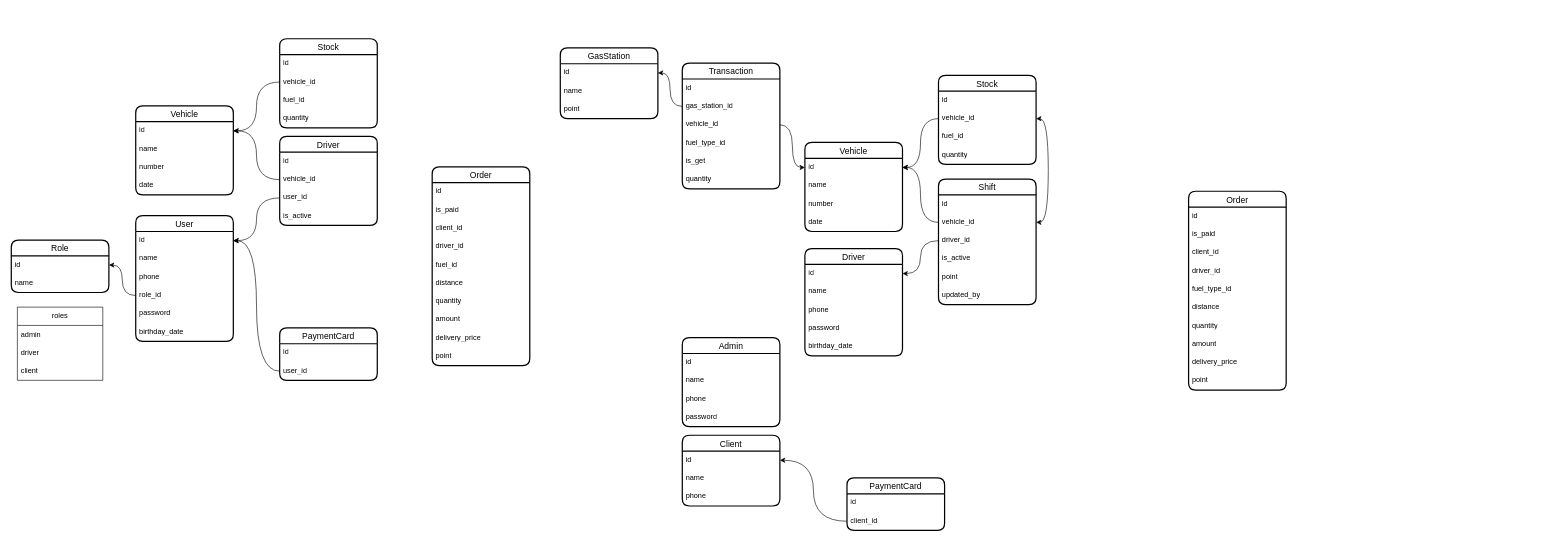
The draw.io diagram uzneftgaz.drawio in iztileuoff/databases, before the edit. Source tidied: cells renumbered, new cells numbered last; positions are measured from the earlier drawing's top-left corner, leaving out a move shared by most shapes. Both pictures are drawn from the tidied source at 61%, with x=0, y=0 at pixel (11, 38).
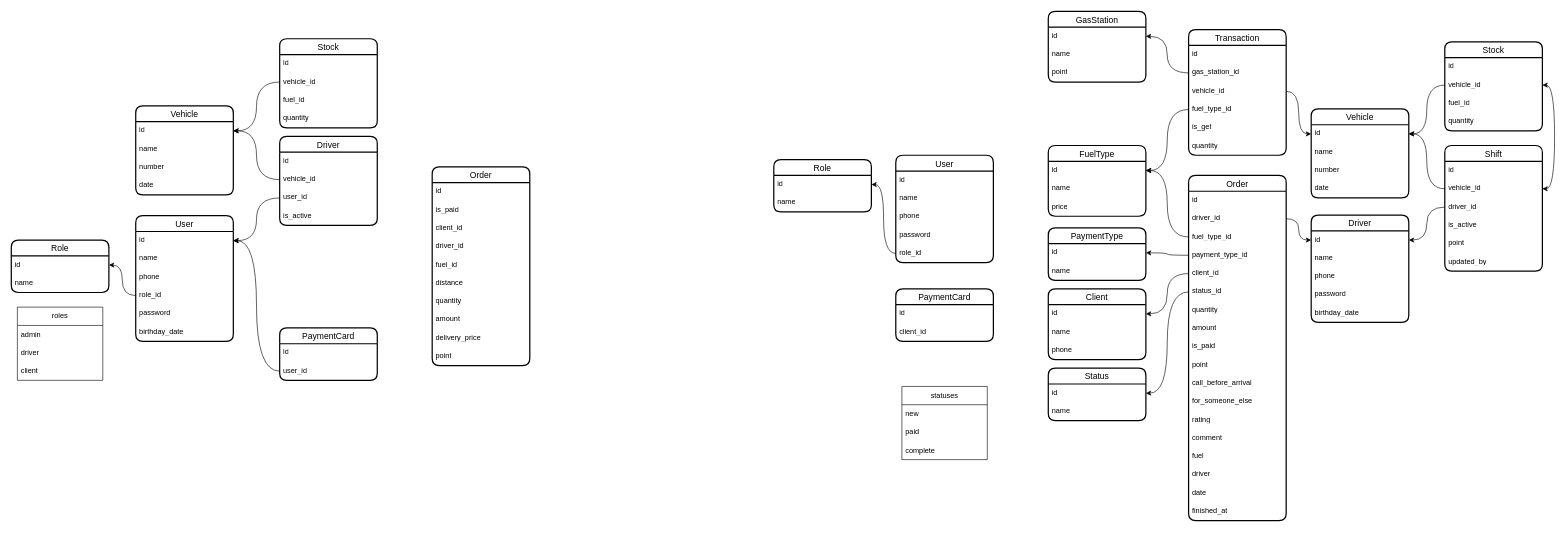
The same diagram, later.

The change refers to these unchanged cells:
```xml
<mxCell id="68" value="vehicle_id" style="text;strokeColor=none;fillColor=none;spacingLeft=4;spacingRight=4;overflow=hidden;points=[[0,0.5],[1,0.5]];portConstraint=eastwest;fontSize=12;whiteSpace=wrap;html=1;" parent="66" vertex="1">
  <mxGeometry y="56" width="160" height="30" as="geometry" />
</mxCell>
<mxCell id="79" value="client_id" style="text;strokeColor=none;fillColor=none;spacingLeft=4;spacingRight=4;overflow=hidden;points=[[0,0.5],[1,0.5]];portConstraint=eastwest;fontSize=12;whiteSpace=wrap;html=1;" parent="77" vertex="1">
  <mxGeometry y="56" width="160" height="30" as="geometry" />
</mxCell>
<mxCell id="81" value="id" style="text;strokeColor=none;fillColor=none;spacingLeft=4;spacingRight=4;overflow=hidden;points=[[0,0.5],[1,0.5]];portConstraint=eastwest;fontSize=12;whiteSpace=wrap;html=1;" parent="80" vertex="1">
  <mxGeometry y="26" width="160" height="30" as="geometry" />
</mxCell>
<mxCell id="87" value="id" style="text;strokeColor=none;fillColor=none;spacingLeft=4;spacingRight=4;overflow=hidden;points=[[0,0.5],[1,0.5]];portConstraint=eastwest;fontSize=12;whiteSpace=wrap;html=1;" parent="86" vertex="1">
  <mxGeometry y="26" width="160" height="30" as="geometry" />
</mxCell>
<mxCell id="92" value="vehicle_id" style="text;strokeColor=none;fillColor=none;spacingLeft=4;spacingRight=4;overflow=hidden;points=[[0,0.5],[1,0.5]];portConstraint=eastwest;fontSize=12;whiteSpace=wrap;html=1;" parent="90" vertex="1">
  <mxGeometry y="56" width="160" height="30" as="geometry" />
</mxCell>
<mxCell id="107" value="fuel_type_id" style="text;strokeColor=none;fillColor=none;spacingLeft=4;spacingRight=4;overflow=hidden;points=[[0,0.5],[1,0.5]];portConstraint=eastwest;fontSize=12;whiteSpace=wrap;html=1;" parent="103" vertex="1">
  <mxGeometry y="116" width="160" height="30" as="geometry" />
</mxCell>
```

What changed in the source:
```diff
@@
-    <mxCell id="50" value="Admin" style="swimlane;fontStyle=0;horizontal=1;startSize=26;align=center;fontSize=14;strokeWidth=2;rounded=1;shadow=0;glass=0;swimlaneLine=1;" parent="1" vertex="1">
-      <mxGeometry x="1100" y="490" width="160" height="146" as="geometry" />
+    <mxCell id="50" value="User" style="swimlane;fontStyle=0;horizontal=1;startSize=26;align=center;fontSize=14;strokeWidth=2;rounded=1;shadow=0;glass=0;swimlaneLine=1;" parent="1" vertex="1">
+      <mxGeometry x="1450" y="191" width="160" height="176" as="geometry" />
     </mxCell>
@@
+    <mxCell id="114" value="role_id" style="text;strokeColor=none;fillColor=none;spacingLeft=4;spacingRight=4;overflow=hidden;points=[[0,0.5],[1,0.5]];portConstraint=eastwest;fontSize=12;whiteSpace=wrap;html=1;" parent="50" vertex="1">
+      <mxGeometry y="146" width="160" height="30" as="geometry" />
+    </mxCell>
     <mxCell id="55" value="Order" style="swimlane;fontStyle=0;horizontal=1;startSize=26;align=center;fontSize=14;strokeWidth=2;rounded=1;shadow=0;glass=0;swimlaneLine=1;" parent="1" vertex="1">
-      <mxGeometry x="1930" y="250" width="160" height="326" as="geometry" />
+      <mxGeometry x="1930" y="224" width="160" height="566" as="geometry" />
     </mxCell>
@@
-    <mxCell id="57" value="is_paid" style="text;strokeColor=none;fillColor=none;spacingLeft=4;spacingRight=4;overflow=hidden;fontSize=12;whiteSpace=wrap;html=1;" parent="55" vertex="1">
-      <mxGeometry y="56" width="160" height="30" as="geometry" />
-    </mxCell>
-    <mxCell id="58" value="client_id" style="text;strokeColor=none;fillColor=none;spacingLeft=4;spacingRight=4;overflow=hidden;points=[[0,0.5],[1,0.5]];portConstraint=eastwest;fontSize=12;whiteSpace=wrap;html=1;" parent="55" vertex="1">
-      <mxGeometry y="86" width="160" height="30" as="geometry" />
-    </mxCell>
     <mxCell id="59" value="driver_id" style="text;strokeColor=none;fillColor=none;spacingLeft=4;spacingRight=4;overflow=hidden;points=[[0,0.5],[1,0.5]];portConstraint=eastwest;fontSize=12;whiteSpace=wrap;html=1;" parent="55" vertex="1">
-      <mxGeometry y="116" width="160" height="30" as="geometry" />
+      <mxGeometry y="56" width="160" height="30" as="geometry" />
     </mxCell>
     <mxCell id="60" value="fuel_type_id" style="text;strokeColor=none;fillColor=none;spacingLeft=4;spacingRight=4;overflow=hidden;points=[[0,0.5],[1,0.5]];portConstraint=eastwest;fontSize=12;whiteSpace=wrap;html=1;" parent="55" vertex="1">
-      <mxGeometry y="146" width="160" height="30" as="geometry" />
+      <mxGeometry y="86" width="160" height="30" as="geometry" />
     </mxCell>
-    <mxCell id="61" value="distance" style="text;strokeColor=none;fillColor=none;spacingLeft=4;spacingRight=4;overflow=hidden;fontSize=12;whiteSpace=wrap;html=1;" parent="55" vertex="1">
-      <mxGeometry y="176" width="160" height="30" as="geometry" />
-    </mxCell>
+    <mxCell id="115" value="payment_type_id" style="text;strokeColor=none;fillColor=none;spacingLeft=4;spacingRight=4;overflow=hidden;points=[[0,0.5],[1,0.5]];portConstraint=eastwest;fontSize=12;whiteSpace=wrap;html=1;" parent="55" vertex="1">
+      <mxGeometry y="116" width="160" height="30" as="geometry" />
+    </mxCell>
+    <mxCell id="58" value="client_id" style="text;strokeColor=none;fillColor=none;spacingLeft=4;spacingRight=4;overflow=hidden;points=[[0,0.5],[1,0.5]];portConstraint=eastwest;fontSize=12;whiteSpace=wrap;html=1;" parent="55" vertex="1">
+      <mxGeometry y="146" width="160" height="30" as="geometry" />
+    </mxCell>
+    <mxCell id="116" value="status_id" style="text;strokeColor=none;fillColor=none;spacingLeft=4;spacingRight=4;overflow=hidden;points=[[0,0.5],[1,0.5]];portConstraint=eastwest;fontSize=12;whiteSpace=wrap;html=1;" parent="55" vertex="1">
+      <mxGeometry y="176" width="160" height="30" as="geometry" />
+    </mxCell>
@@
-    <mxCell id="64" value="delivery_price" style="text;strokeColor=none;fillColor=none;spacingLeft=4;spacingRight=4;overflow=hidden;fontSize=12;whiteSpace=wrap;html=1;" parent="55" vertex="1">
-      <mxGeometry y="266" width="160" height="30" as="geometry" />
-    </mxCell>
+    <mxCell id="57" value="is_paid" style="text;strokeColor=none;fillColor=none;spacingLeft=4;spacingRight=4;overflow=hidden;fontSize=12;whiteSpace=wrap;html=1;" parent="55" vertex="1">
+      <mxGeometry y="266" width="160" height="30" as="geometry" />
+    </mxCell>
@@
+    <mxCell id="117" value="call_before_arrival" style="text;strokeColor=none;fillColor=none;spacingLeft=4;spacingRight=4;overflow=hidden;fontSize=12;whiteSpace=wrap;html=1;" parent="55" vertex="1">
+      <mxGeometry y="326" width="160" height="30" as="geometry" />
+    </mxCell>
+    <mxCell id="118" value="for_someone_else" style="text;strokeColor=none;fillColor=none;spacingLeft=4;spacingRight=4;overflow=hidden;fontSize=12;whiteSpace=wrap;html=1;" parent="55" vertex="1">
+      <mxGeometry y="356" width="160" height="30" as="geometry" />
+    </mxCell>
+    <mxCell id="119" value="rating" style="text;strokeColor=none;fillColor=none;spacingLeft=4;spacingRight=4;overflow=hidden;fontSize=12;whiteSpace=wrap;html=1;" parent="55" vertex="1">
+      <mxGeometry y="386" width="160" height="30" as="geometry" />
+    </mxCell>
+    <mxCell id="120" value="comment" style="text;strokeColor=none;fillColor=none;spacingLeft=4;spacingRight=4;overflow=hidden;fontSize=12;whiteSpace=wrap;html=1;" parent="55" vertex="1">
+      <mxGeometry y="416" width="160" height="30" as="geometry" />
+    </mxCell>
+    <mxCell id="121" value="fuel" style="text;strokeColor=none;fillColor=none;spacingLeft=4;spacingRight=4;overflow=hidden;fontSize=12;whiteSpace=wrap;html=1;" parent="55" vertex="1">
+      <mxGeometry y="446" width="160" height="30" as="geometry" />
+    </mxCell>
+    <mxCell id="122" value="driver" style="text;strokeColor=none;fillColor=none;spacingLeft=4;spacingRight=4;overflow=hidden;fontSize=12;whiteSpace=wrap;html=1;" parent="55" vertex="1">
+      <mxGeometry y="476" width="160" height="30" as="geometry" />
+    </mxCell>
+    <mxCell id="123" value="date" style="text;strokeColor=none;fillColor=none;spacingLeft=4;spacingRight=4;overflow=hidden;fontSize=12;whiteSpace=wrap;html=1;" parent="55" vertex="1">
+      <mxGeometry y="506" width="160" height="30" as="geometry" />
+    </mxCell>
+    <mxCell id="124" value="finished_at" style="text;strokeColor=none;fillColor=none;spacingLeft=4;spacingRight=4;overflow=hidden;fontSize=12;whiteSpace=wrap;html=1;" parent="55" vertex="1">
+      <mxGeometry y="536" width="160" height="30" as="geometry" />
+    </mxCell>
     <mxCell id="66" value="Stock" style="swimlane;fontStyle=0;horizontal=1;startSize=26;align=center;fontSize=14;strokeWidth=2;rounded=1;shadow=0;glass=0;swimlaneLine=1;" parent="1" vertex="1">
-      <mxGeometry x="1520" y="60" width="160" height="146" as="geometry" />
+      <mxGeometry x="2350" y="5" width="160" height="146" as="geometry" />
     </mxCell>
@@
     <mxCell id="71" value="Vehicle" style="swimlane;fontStyle=0;horizontal=1;startSize=26;align=center;fontSize=14;strokeWidth=2;rounded=1;shadow=0;glass=0;swimlaneLine=1;" parent="1" vertex="1">
-      <mxGeometry x="1301" y="170" width="160" height="146" as="geometry" />
+      <mxGeometry x="2131" y="115" width="160" height="146" as="geometry" />
     </mxCell>
@@
     <mxCell id="77" value="PaymentCard" style="swimlane;fontStyle=0;horizontal=1;startSize=26;align=center;fontSize=14;strokeWidth=2;rounded=1;shadow=0;glass=0;swimlaneLine=1;" parent="1" vertex="1">
-      <mxGeometry x="1370" y="720" width="160" height="86" as="geometry" />
+      <mxGeometry x="1450" y="410" width="160" height="86" as="geometry" />
     </mxCell>
@@
     <mxCell id="80" value="Driver" style="swimlane;fontStyle=0;horizontal=1;startSize=26;align=center;fontSize=14;strokeWidth=2;rounded=1;shadow=0;glass=0;swimlaneLine=1;" parent="1" vertex="1">
-      <mxGeometry x="1301" y="344" width="160" height="176" as="geometry" />
+      <mxGeometry x="2131" y="289" width="160" height="176" as="geometry" />
     </mxCell>
@@
     <mxCell id="86" value="Client" style="swimlane;fontStyle=0;horizontal=1;startSize=26;align=center;fontSize=14;strokeWidth=2;rounded=1;shadow=0;glass=0;swimlaneLine=1;" parent="1" vertex="1">
-      <mxGeometry x="1100" y="650" width="160" height="116" as="geometry" />
+      <mxGeometry x="1700" y="410" width="160" height="116" as="geometry" />
     </mxCell>
@@
     <mxCell id="90" value="Shift" style="swimlane;fontStyle=0;horizontal=1;startSize=26;align=center;fontSize=14;strokeWidth=2;rounded=1;shadow=0;glass=0;swimlaneLine=1;" parent="1" vertex="1">
-      <mxGeometry x="1520" y="230" width="160" height="206" as="geometry" />
+      <mxGeometry x="2350" y="175" width="160" height="206" as="geometry" />
     </mxCell>
@@
     <mxCell id="99" value="GasStation" style="swimlane;fontStyle=0;horizontal=1;startSize=26;align=center;fontSize=14;strokeWidth=2;rounded=1;shadow=0;glass=0;swimlaneLine=1;" parent="1" vertex="1">
-      <mxGeometry x="900" y="15" width="160" height="116" as="geometry" />
+      <mxGeometry x="1700" y="-45" width="160" height="116" as="geometry" />
     </mxCell>
@@
     <mxCell id="103" value="Transaction" style="swimlane;fontStyle=0;horizontal=1;startSize=26;align=center;fontSize=14;strokeWidth=2;rounded=1;shadow=0;glass=0;swimlaneLine=1;" parent="1" vertex="1">
-      <mxGeometry x="1100" y="40" width="160" height="206" as="geometry" />
+      <mxGeometry x="1930" y="-15" width="160" height="206" as="geometry" />
     </mxCell>
@@
     <mxCell id="110" style="edgeStyle=orthogonalEdgeStyle;rounded=0;jettySize=auto;html=1;entryX=1;entryY=0.5;entryDx=0;entryDy=0;curved=1;startArrow=classic;startFill=1;" parent="1" edge="1" source="68" target="92">
       <mxGeometry relative="1" as="geometry">
         <Array as="points">
-          <mxPoint x="1700" y="131" />
-          <mxPoint x="1700" y="301" />
+          <mxPoint x="2530" y="76" />
+          <mxPoint x="2530" y="246" />
         </Array>
       </mxGeometry>
     </mxCell>
@@
-    <mxCell id="113" style="edgeStyle=orthogonalEdgeStyle;rounded=0;jettySize=auto;html=1;entryX=1;entryY=0.5;entryDx=0;entryDy=0;curved=1;" parent="1" edge="1" source="79" target="87">
-      <mxGeometry relative="1" as="geometry" />
-    </mxCell>
+    <mxCell id="125" value="FuelType" style="swimlane;fontStyle=0;horizontal=1;startSize=26;align=center;fontSize=14;strokeWidth=2;rounded=1;shadow=0;glass=0;swimlaneLine=1;" parent="1" vertex="1">
+      <mxGeometry x="1700" y="175" width="160" height="116" as="geometry" />
+    </mxCell>
+    <mxCell id="126" value="id" style="text;strokeColor=none;fillColor=none;spacingLeft=4;spacingRight=4;overflow=hidden;points=[[0,0.5],[1,0.5]];portConstraint=eastwest;fontSize=12;whiteSpace=wrap;html=1;" parent="125" vertex="1">
+      <mxGeometry y="26" width="160" height="30" as="geometry" />
+    </mxCell>
+    <mxCell id="127" value="name" style="text;strokeColor=none;fillColor=none;spacingLeft=4;spacingRight=4;overflow=hidden;fontSize=12;whiteSpace=wrap;html=1;" parent="125" vertex="1">
+      <mxGeometry y="56" width="160" height="30" as="geometry" />
+    </mxCell>
+    <mxCell id="128" value="price" style="text;strokeColor=none;fillColor=none;spacingLeft=4;spacingRight=4;overflow=hidden;fontSize=12;whiteSpace=wrap;html=1;" parent="125" vertex="1">
+      <mxGeometry y="86" width="160" height="30" as="geometry" />
+    </mxCell>
+    <mxCell id="129" style="edgeStyle=orthogonalEdgeStyle;rounded=0;jettySize=auto;html=1;entryX=1;entryY=0.5;entryDx=0;entryDy=0;curved=1;" parent="1" edge="1" source="60" target="126">
+      <mxGeometry relative="1" as="geometry" />
+    </mxCell>
+    <mxCell id="130" style="edgeStyle=orthogonalEdgeStyle;rounded=0;jettySize=auto;html=1;entryX=1;entryY=0.5;entryDx=0;entryDy=0;curved=1;" parent="1" edge="1" source="107" target="126">
+      <mxGeometry relative="1" as="geometry" />
+    </mxCell>
+    <mxCell id="131" style="edgeStyle=orthogonalEdgeStyle;rounded=0;jettySize=auto;html=1;entryX=1;entryY=0.5;entryDx=0;entryDy=0;curved=1;" parent="1" edge="1" source="58" target="87">
+      <mxGeometry relative="1" as="geometry" />
+    </mxCell>
+    <mxCell id="132" value="PaymentType" style="swimlane;fontStyle=0;horizontal=1;startSize=26;align=center;fontSize=14;strokeWidth=2;rounded=1;shadow=0;glass=0;swimlaneLine=1;" parent="1" vertex="1">
+      <mxGeometry x="1700" y="310" width="160" height="86" as="geometry" />
+    </mxCell>
+    <mxCell id="133" value="id" style="text;strokeColor=none;fillColor=none;spacingLeft=4;spacingRight=4;overflow=hidden;points=[[0,0.5],[1,0.5]];portConstraint=eastwest;fontSize=12;whiteSpace=wrap;html=1;" parent="132" vertex="1">
+      <mxGeometry y="26" width="160" height="30" as="geometry" />
+    </mxCell>
+    <mxCell id="134" value="name" style="text;strokeColor=none;fillColor=none;spacingLeft=4;spacingRight=4;overflow=hidden;fontSize=12;whiteSpace=wrap;html=1;" parent="132" vertex="1">
+      <mxGeometry y="56" width="160" height="30" as="geometry" />
+    </mxCell>
+    <mxCell id="135" style="edgeStyle=orthogonalEdgeStyle;rounded=0;jettySize=auto;html=1;entryX=1;entryY=0.5;entryDx=0;entryDy=0;curved=1;" parent="1" edge="1" source="115" target="133">
+      <mxGeometry relative="1" as="geometry" />
+    </mxCell>
+    <mxCell id="136" value="Status" style="swimlane;fontStyle=0;horizontal=1;startSize=26;align=center;fontSize=14;strokeWidth=2;rounded=1;shadow=0;glass=0;swimlaneLine=1;" parent="1" vertex="1">
+      <mxGeometry x="1700" y="540" width="160" height="86" as="geometry" />
+    </mxCell>
+    <mxCell id="137" value="id" style="text;strokeColor=none;fillColor=none;spacingLeft=4;spacingRight=4;overflow=hidden;points=[[0,0.5],[1,0.5]];portConstraint=eastwest;fontSize=12;whiteSpace=wrap;html=1;" parent="136" vertex="1">
+      <mxGeometry y="26" width="160" height="30" as="geometry" />
+    </mxCell>
+    <mxCell id="138" value="name" style="text;strokeColor=none;fillColor=none;spacingLeft=4;spacingRight=4;overflow=hidden;fontSize=12;whiteSpace=wrap;html=1;" parent="136" vertex="1">
+      <mxGeometry y="56" width="160" height="30" as="geometry" />
+    </mxCell>
+    <mxCell id="139" style="edgeStyle=orthogonalEdgeStyle;rounded=0;jettySize=auto;html=1;entryX=1;entryY=0.5;entryDx=0;entryDy=0;curved=1;" parent="1" edge="1" source="116" target="137">
+      <mxGeometry relative="1" as="geometry" />
+    </mxCell>
+    <mxCell id="140" value="statuses" style="swimlane;fontStyle=0;horizontal=1;startSize=30;whiteSpace=wrap;html=1;" parent="1" vertex="1">
+      <mxGeometry x="1460" y="570" width="140" height="120" as="geometry" />
+    </mxCell>
+    <mxCell id="141" value="new" style="text;strokeColor=none;fillColor=none;align=left;verticalAlign=middle;spacingLeft=4;spacingRight=4;overflow=hidden;whiteSpace=wrap;html=1;" parent="140" vertex="1">
+      <mxGeometry y="30" width="140" height="30" as="geometry" />
+    </mxCell>
+    <mxCell id="142" value="paid" style="text;strokeColor=none;fillColor=none;align=left;verticalAlign=middle;spacingLeft=4;spacingRight=4;overflow=hidden;whiteSpace=wrap;html=1;" parent="140" vertex="1">
+      <mxGeometry y="60" width="140" height="30" as="geometry" />
+    </mxCell>
+    <mxCell id="143" value="complete" style="text;strokeColor=none;fillColor=none;align=left;verticalAlign=middle;spacingLeft=4;spacingRight=4;overflow=hidden;whiteSpace=wrap;html=1;" parent="140" vertex="1">
+      <mxGeometry y="90" width="140" height="30" as="geometry" />
+    </mxCell>
+    <mxCell id="144" value="Role" style="swimlane;fontStyle=0;horizontal=1;startSize=26;align=center;fontSize=14;strokeWidth=2;rounded=1;shadow=0;glass=0;swimlaneLine=1;" parent="1" vertex="1">
+      <mxGeometry x="1250" y="198" width="160" height="86" as="geometry" />
+    </mxCell>
+    <mxCell id="145" value="id" style="text;strokeColor=none;fillColor=none;spacingLeft=4;spacingRight=4;overflow=hidden;points=[[0,0.5],[1,0.5]];portConstraint=eastwest;fontSize=12;whiteSpace=wrap;html=1;" parent="144" vertex="1">
+      <mxGeometry y="26" width="160" height="30" as="geometry" />
+    </mxCell>
+    <mxCell id="146" value="name" style="text;strokeColor=none;fillColor=none;spacingLeft=4;spacingRight=4;overflow=hidden;fontSize=12;whiteSpace=wrap;html=1;" parent="144" vertex="1">
+      <mxGeometry y="56" width="160" height="30" as="geometry" />
+    </mxCell>
+    <mxCell id="147" style="edgeStyle=orthogonalEdgeStyle;rounded=0;jettySize=auto;html=1;entryX=1;entryY=0.5;entryDx=0;entryDy=0;curved=1;" parent="1" edge="1" source="114" target="145">
+      <mxGeometry relative="1" as="geometry" />
+    </mxCell>
+    <mxCell id="148" style="edgeStyle=orthogonalEdgeStyle;rounded=0;jettySize=auto;html=1;entryX=0;entryY=0.5;entryDx=0;entryDy=0;curved=1;" parent="1" edge="1" source="59" target="81">
+      <mxGeometry relative="1" as="geometry" />
+    </mxCell>
```
